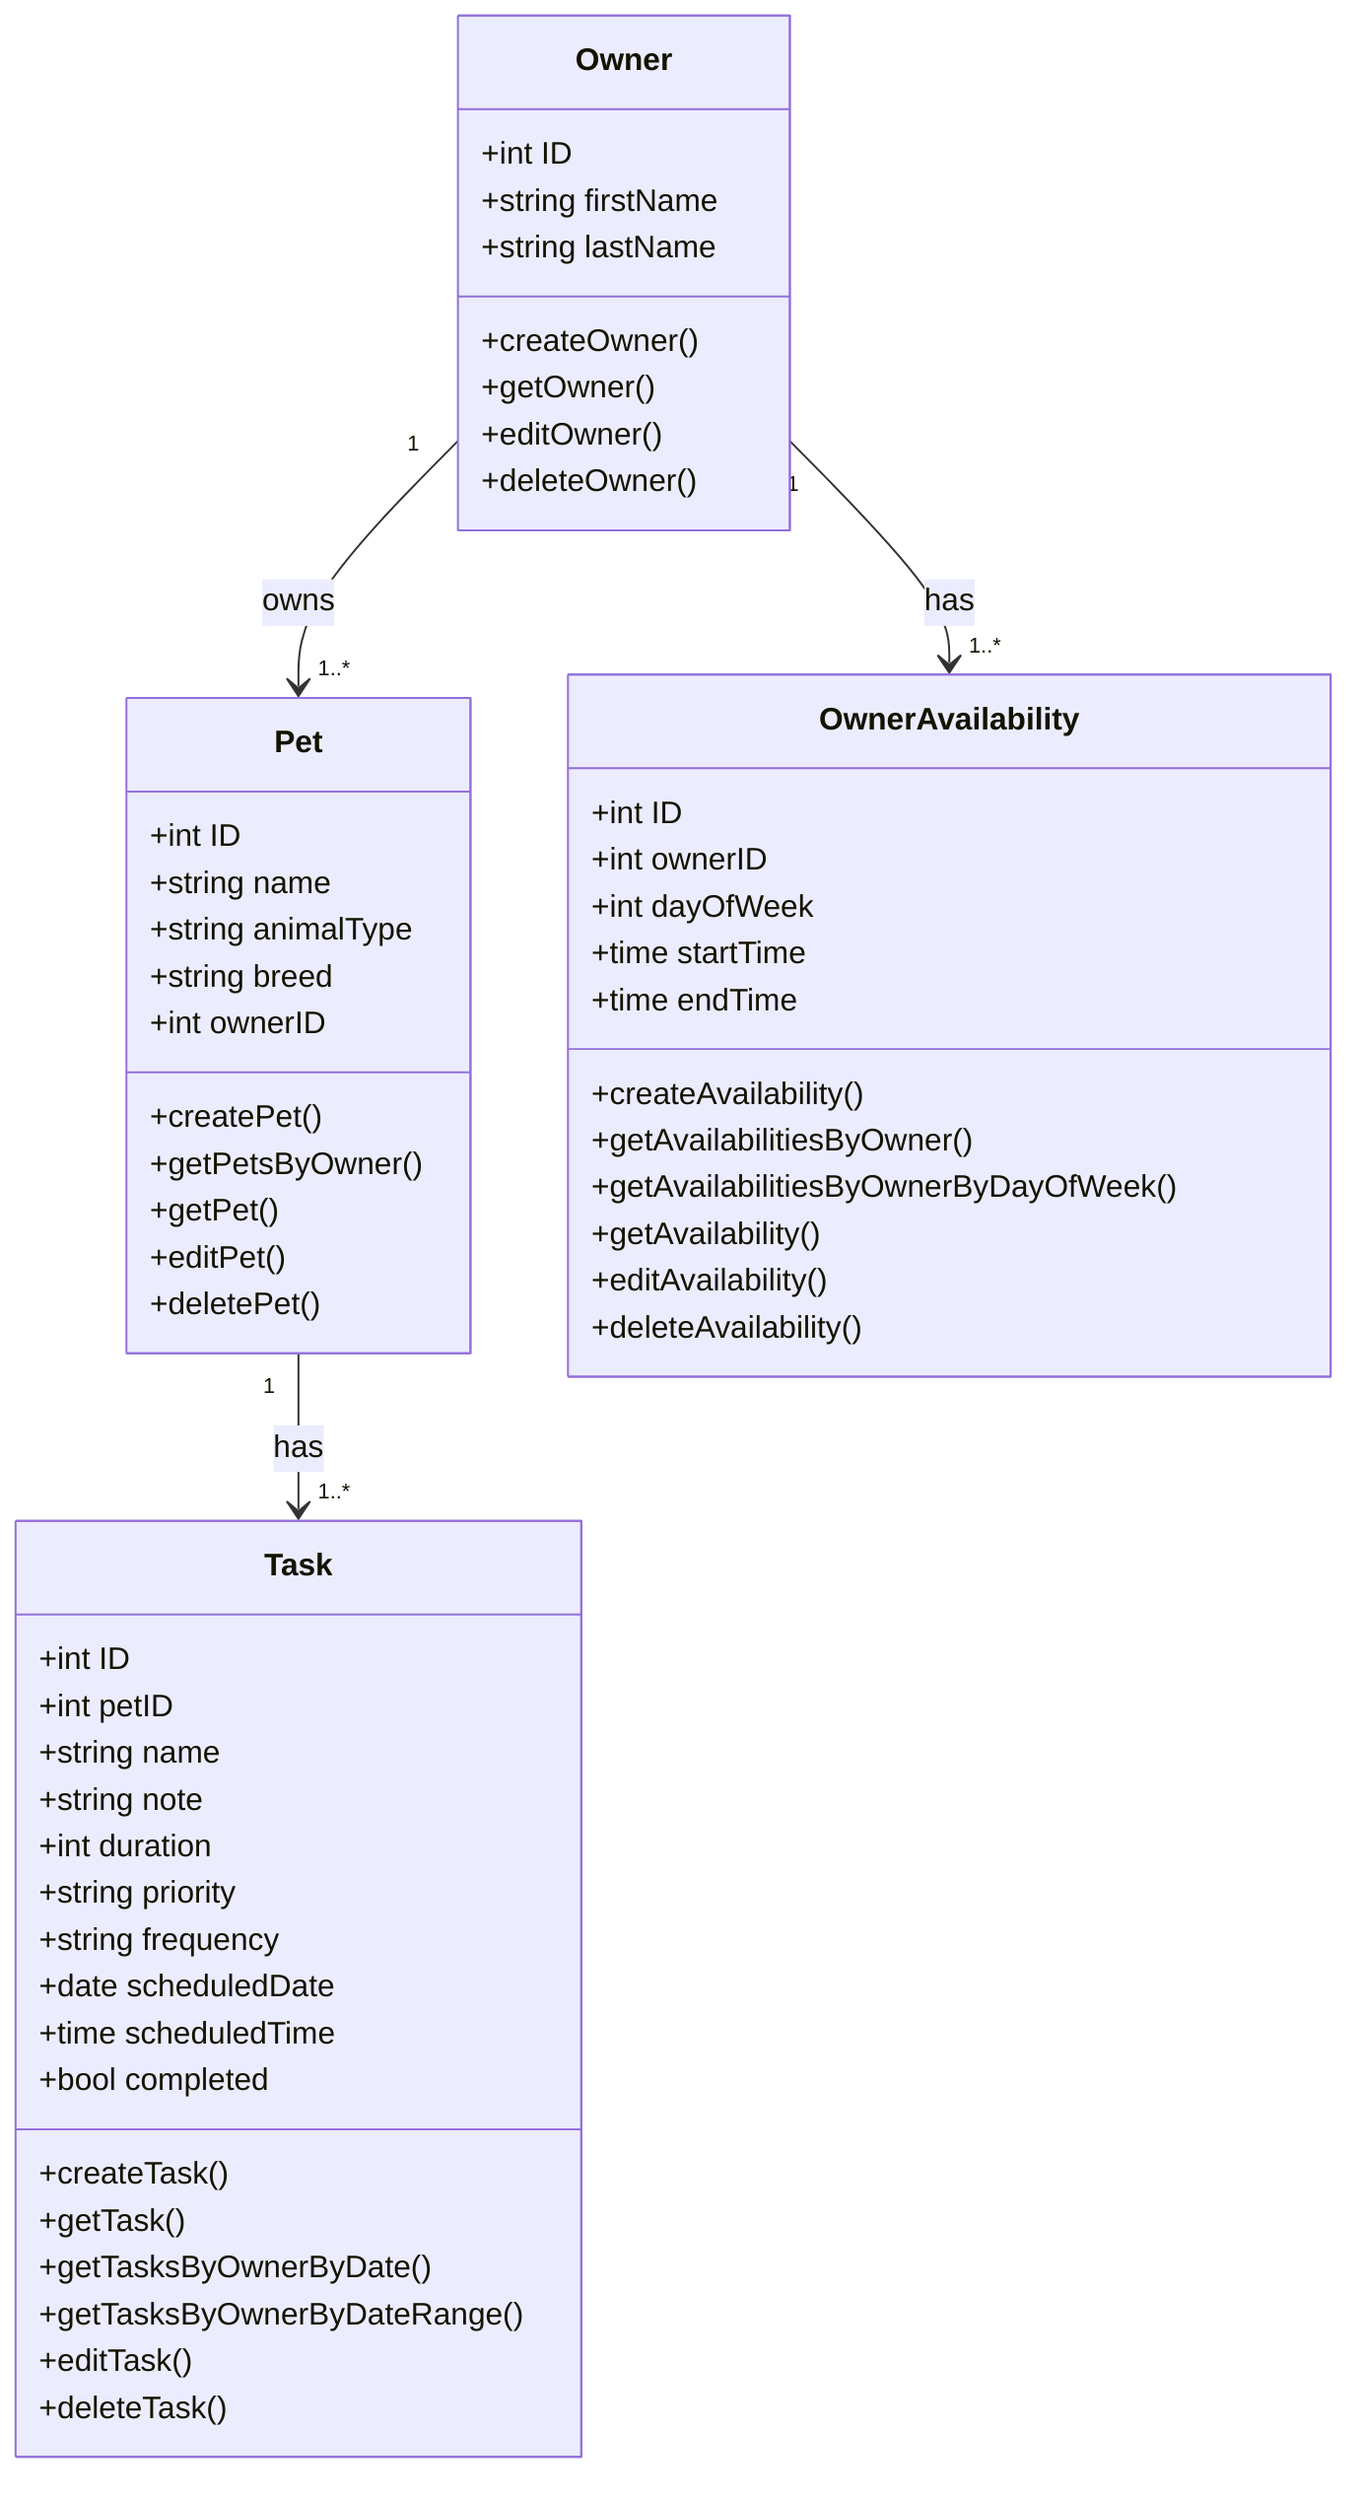
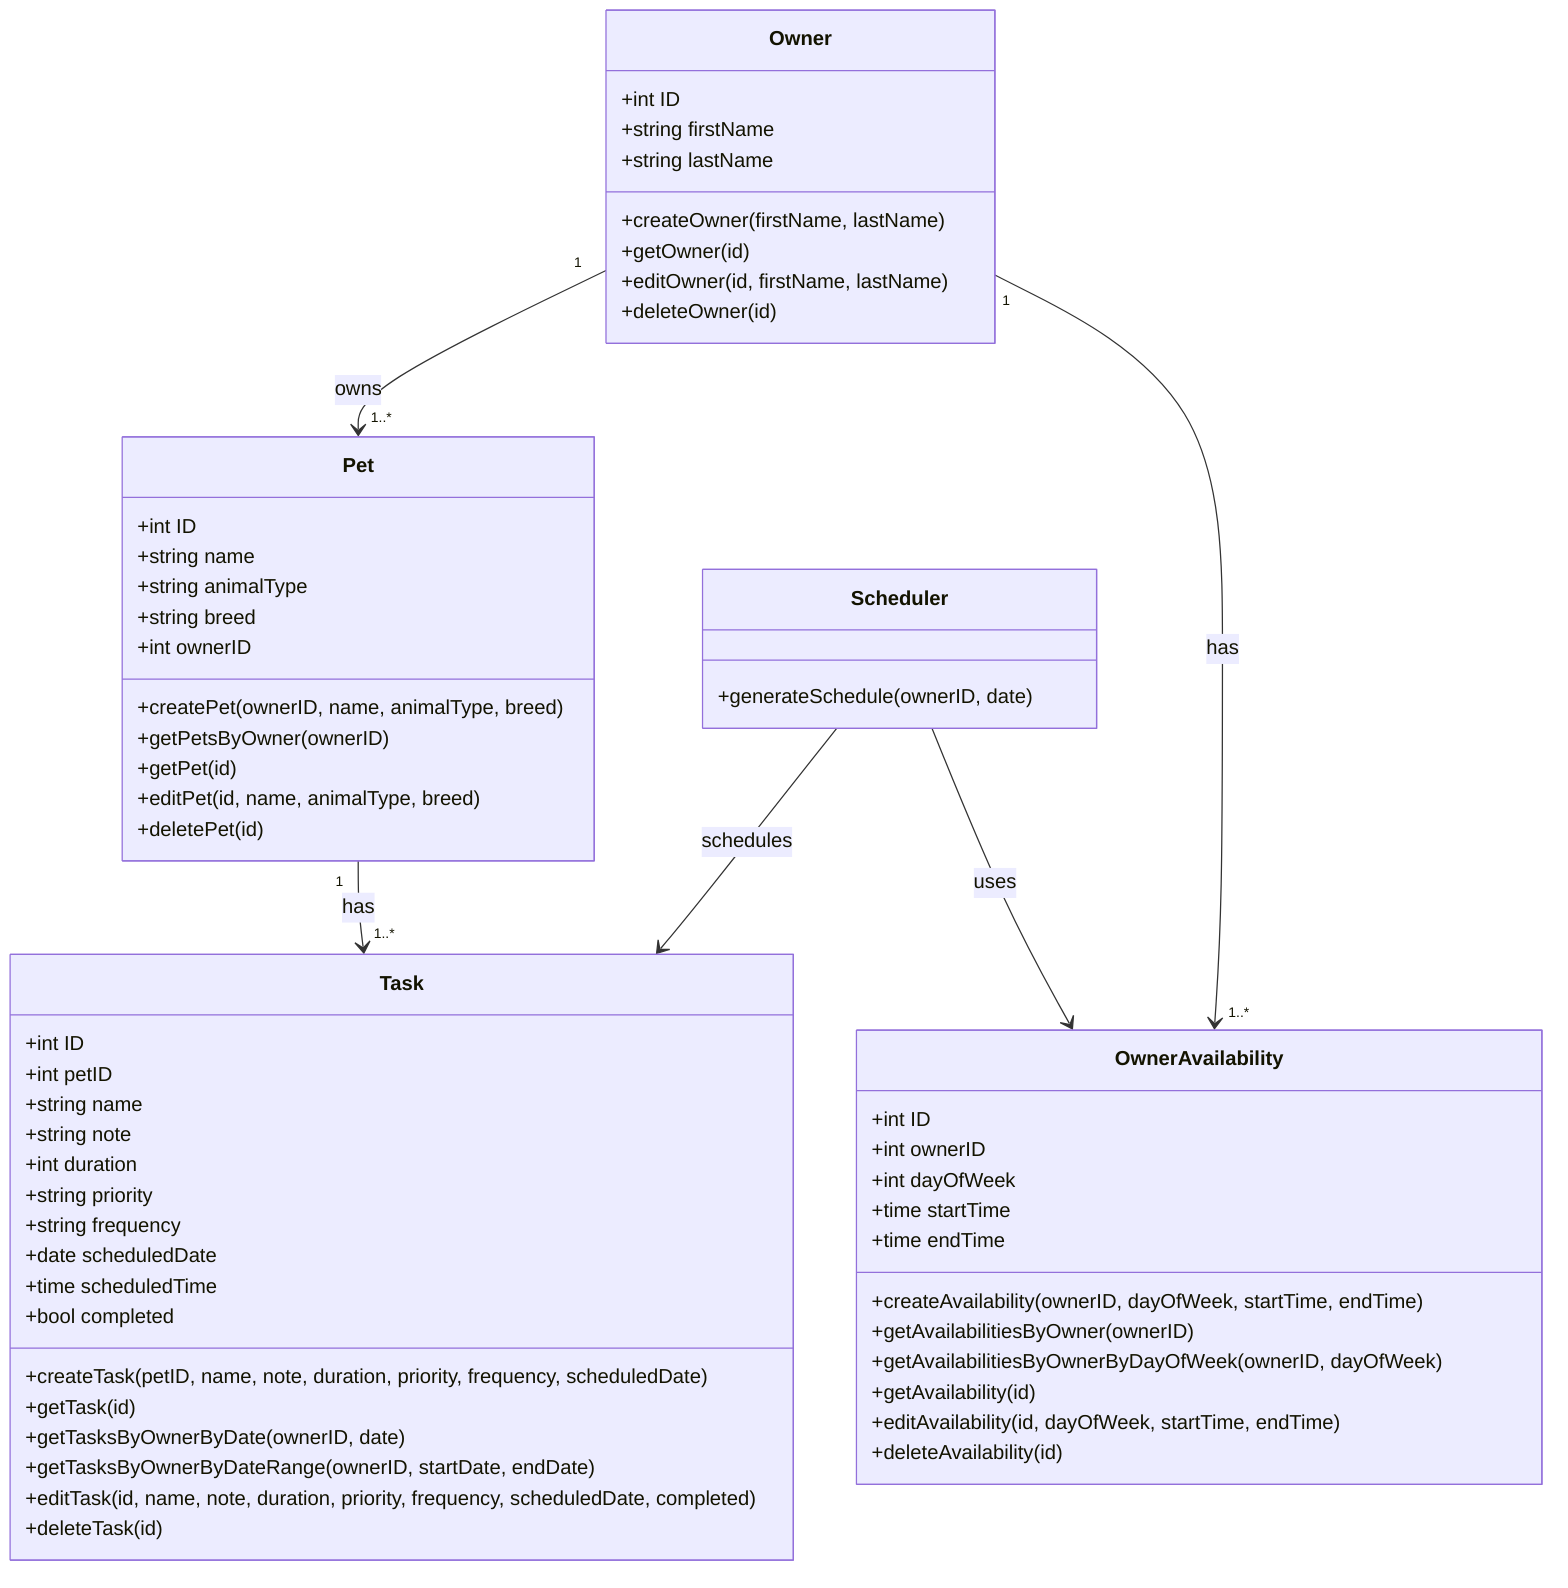
classDiagram
    class Owner {
        +int ID
        +string firstName
        +string lastName
-         +createOwner()
-         +getOwner()
-         +editOwner()
- 		+deleteOwner()
+         +createOwner(firstName, lastName)
+         +getOwner(id)
+         +editOwner(id, firstName, lastName)
+ 		+deleteOwner(id)
    }

    class Pet {
        +int ID
        +string name
        +string animalType
        +string breed
        +int ownerID
-         +createPet()
-         +getPetsByOwner()
-         +getPet()
-         +editPet()
- 		+deletePet()
+         +createPet(ownerID, name, animalType, breed)
+         +getPetsByOwner(ownerID)
+         +getPet(id)
+         +editPet(id, name, animalType, breed)
+ 		+deletePet(id)
    }

    class Task {
        +int ID
        +int petID
        +string name
        +string note
        +int duration
        +string priority
        +string frequency
        +date scheduledDate
        +time scheduledTime
        +bool completed
-         +createTask()
-         +getTask()
-         +getTasksByOwnerByDate()
-         +getTasksByOwnerByDateRange()
-         +editTask()
- 		+deleteTask()
+         +createTask(petID, name, note, duration, priority, frequency, scheduledDate)
+         +getTask(id)
+         +getTasksByOwnerByDate(ownerID, date)
+         +getTasksByOwnerByDateRange(ownerID, startDate, endDate)
+         +editTask(id, name, note, duration, priority, frequency, scheduledDate, completed)
+ 		+deleteTask(id)
    }

    class OwnerAvailability {
        +int ID
        +int ownerID
        +int dayOfWeek
        +time startTime
        +time endTime
- 		+createAvailability()
-         +getAvailabilitiesByOwner()
- 		+getAvailabilitiesByOwnerByDayOfWeek()
- 		+getAvailability()
- 		+editAvailability()
- 		+deleteAvailability()
+ 		+createAvailability(ownerID, dayOfWeek, startTime, endTime)
+         +getAvailabilitiesByOwner(ownerID)
+ 		+getAvailabilitiesByOwnerByDayOfWeek(ownerID, dayOfWeek)
+ 		+getAvailability(id)
+ 		+editAvailability(id, dayOfWeek, startTime, endTime)
+ 		+deleteAvailability(id)
    }
+ 
+ 	class Scheduler {
+ 		+generateSchedule(ownerID, date)
+ 	}

    Owner "1" --> "1..*" Pet : owns
    Owner "1" --> "1..*" OwnerAvailability : has
    Pet "1" --> "1..*" Task : has
+ 	Scheduler --> Task : schedules
+ 	Scheduler --> OwnerAvailability : uses
